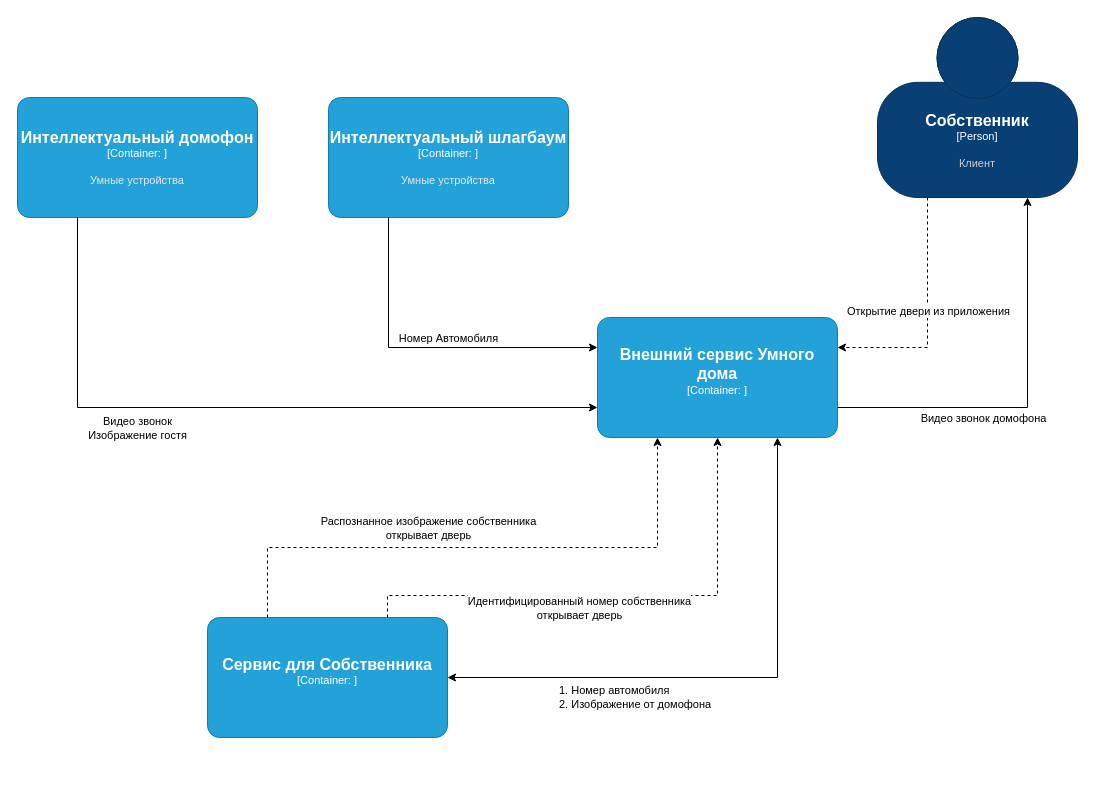
Above: Task3/Context.drawio in alexii-potapov/architecture-propdevelopment (draw.io), before the change. Source tidied: cells renumbered, new cells numbered last; positions are measured from the earlier drawing's top-left corner, leaving out a move shared by most shapes. Both pictures are drawn from the tidied source at 100%, with x=0, y=0 at pixel (17, 17).
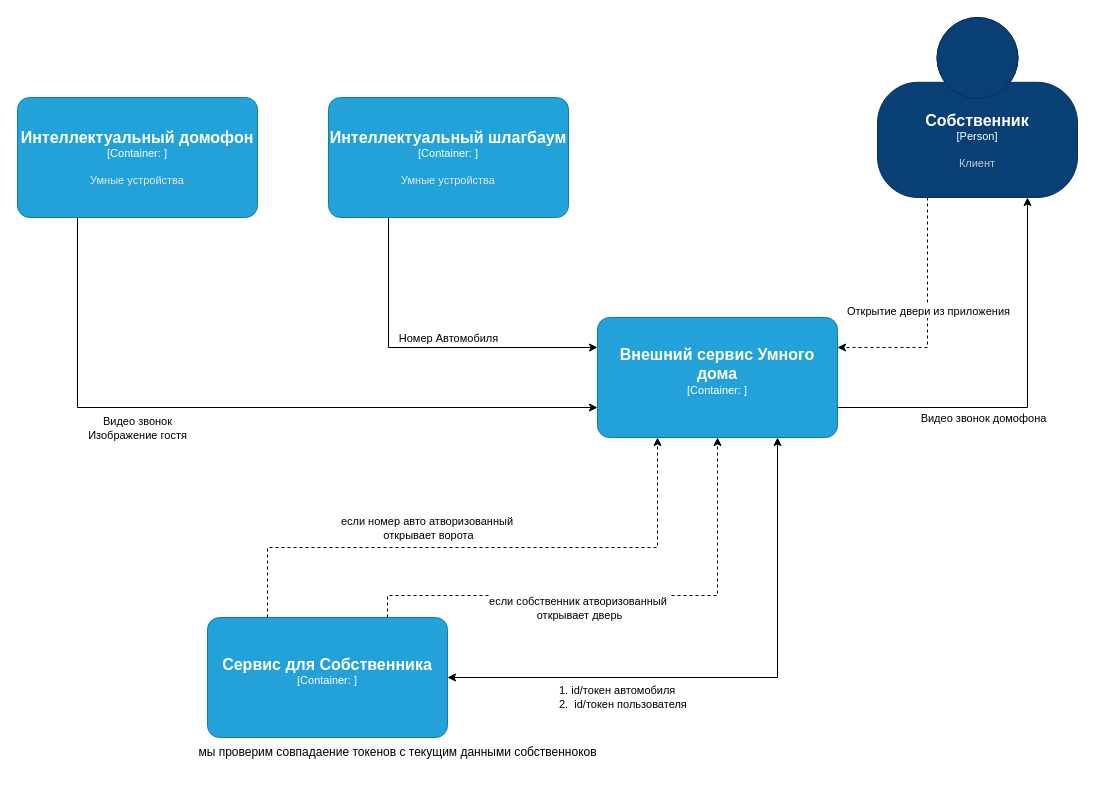
The same diagram, later.

Commit message (it also covers changes not shown here):
Обновления Задание-3

Unchanged cells that the change refers to:
```xml
<mxCell id="6" style="edgeStyle=orthogonalEdgeStyle;rounded=0;jettySize=auto;html=1;entryX=0.75;entryY=1;entryDx=0;entryDy=0;entryPerimeter=0;startArrow=classic;startFill=1;" parent="1" edge="1" source="5" target="4">
  <mxGeometry relative="1" as="geometry" />
</mxCell>
<mxCell id="16" style="edgeStyle=orthogonalEdgeStyle;rounded=0;jettySize=auto;html=1;entryX=0.25;entryY=1;entryDx=0;entryDy=0;entryPerimeter=0;dashed=1;exitX=0.25;exitY=0;exitDx=0;exitDy=0;exitPerimeter=0;" parent="1" edge="1" source="5" target="4">
  <mxGeometry relative="1" as="geometry">
    <Array as="points">
      <mxPoint x="250" y="530" />
      <mxPoint x="640" y="530" />
    </Array>
  </mxGeometry>
</mxCell>
<mxCell id="18" style="edgeStyle=orthogonalEdgeStyle;rounded=0;jettySize=auto;html=1;entryX=0.5;entryY=1;entryDx=0;entryDy=0;entryPerimeter=0;dashed=1;exitX=0.75;exitY=0;exitDx=0;exitDy=0;exitPerimeter=0;" parent="1" edge="1" source="5" target="4">
  <mxGeometry relative="1" as="geometry">
    <Array as="points">
      <mxPoint x="370" y="578" />
      <mxPoint x="700" y="578" />
    </Array>
  </mxGeometry>
</mxCell>
```

The edit, as a diff of the source:
```diff
@@
-    <mxCell id="7" value="1. Номер автомобиля&lt;div&gt;2. Изображение от домофона&lt;/div&gt;" style="edgeLabel;html=1;align=left;verticalAlign=middle;" parent="6" vertex="1">
+    <mxCell id="7" value="1. id/токен автомобиля&lt;div&gt;2.&amp;nbsp; id/токен пользователя&lt;/div&gt;" style="edgeLabel;html=1;align=left;verticalAlign=middle;" parent="6" vertex="1">
       <mxGeometry x="0.7" y="-3" relative="1" as="geometry">
         <mxPoint x="-223" y="174" as="offset" />
       </mxGeometry>
     </mxCell>
@@
-    <mxCell id="17" value="Распознанное изображение собственника&lt;div&gt;открывает дверь&lt;/div&gt;" style="edgeLabel;html=1;align=center;verticalAlign=middle;" parent="16" vertex="1">
+    <mxCell id="17" value="&lt;div&gt;если номер авто атворизованный&amp;nbsp;&lt;/div&gt;&lt;div&gt;открывает ворота&lt;/div&gt;" style="edgeLabel;html=1;align=center;verticalAlign=middle;" parent="16" vertex="1">
       <mxGeometry x="-0.34" y="-5" relative="1" as="geometry">
         <mxPoint x="42" y="-25" as="offset" />
       </mxGeometry>
     </mxCell>
@@
-    <mxCell id="19" value="Идентифицированный номер собственника&lt;div&gt;открывает дверь&lt;/div&gt;" style="edgeLabel;html=1;align=center;verticalAlign=middle;" parent="18" vertex="1">
+    <mxCell id="19" value="если собственник атворизованный&amp;nbsp;&lt;div&gt;открывает дверь&lt;/div&gt;" style="edgeLabel;html=1;align=center;verticalAlign=middle;" parent="18" vertex="1">
       <mxGeometry x="-0.42" y="1" relative="1" as="geometry">
         <mxPoint x="65" y="13" as="offset" />
       </mxGeometry>
     </mxCell>
@@
+    <mxCell id="21" value="мы проверим совпадаение токенов с текущим данными собственноков" style="text;html=1;align=center;verticalAlign=middle;strokeColor=none;fillColor=none;" parent="1" vertex="1">
+      <mxGeometry x="170" y="720" width="420" height="30" as="geometry" />
+    </mxCell>
```
